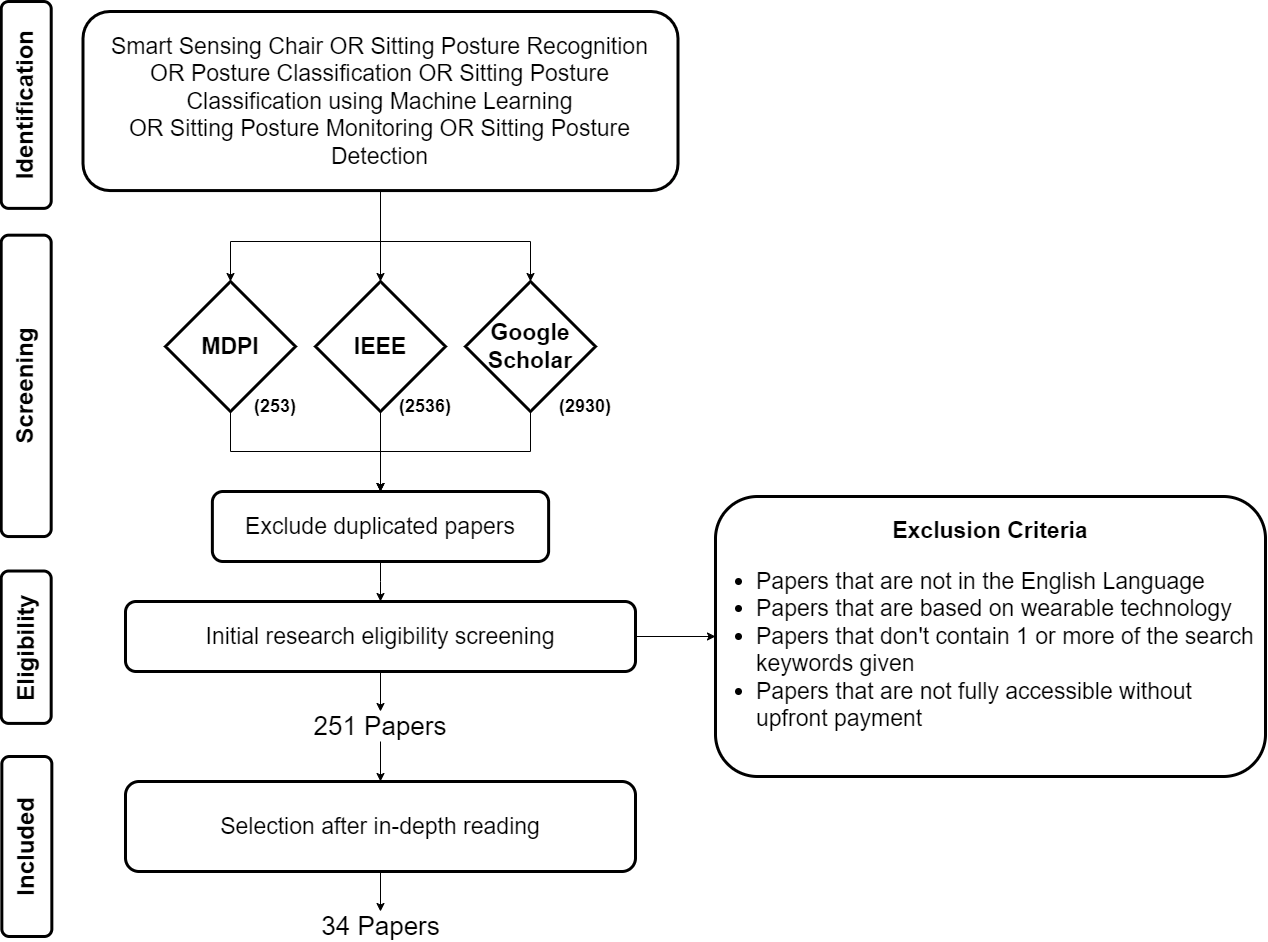
Above: Literature Screening.drawio.png in Olatokumbo/Research (draw.io), before the change. Source tidied: cells renumbered, new cells last; positions are measured from the earlier drawing's top-left corner, leaving out a move shared by most shapes.
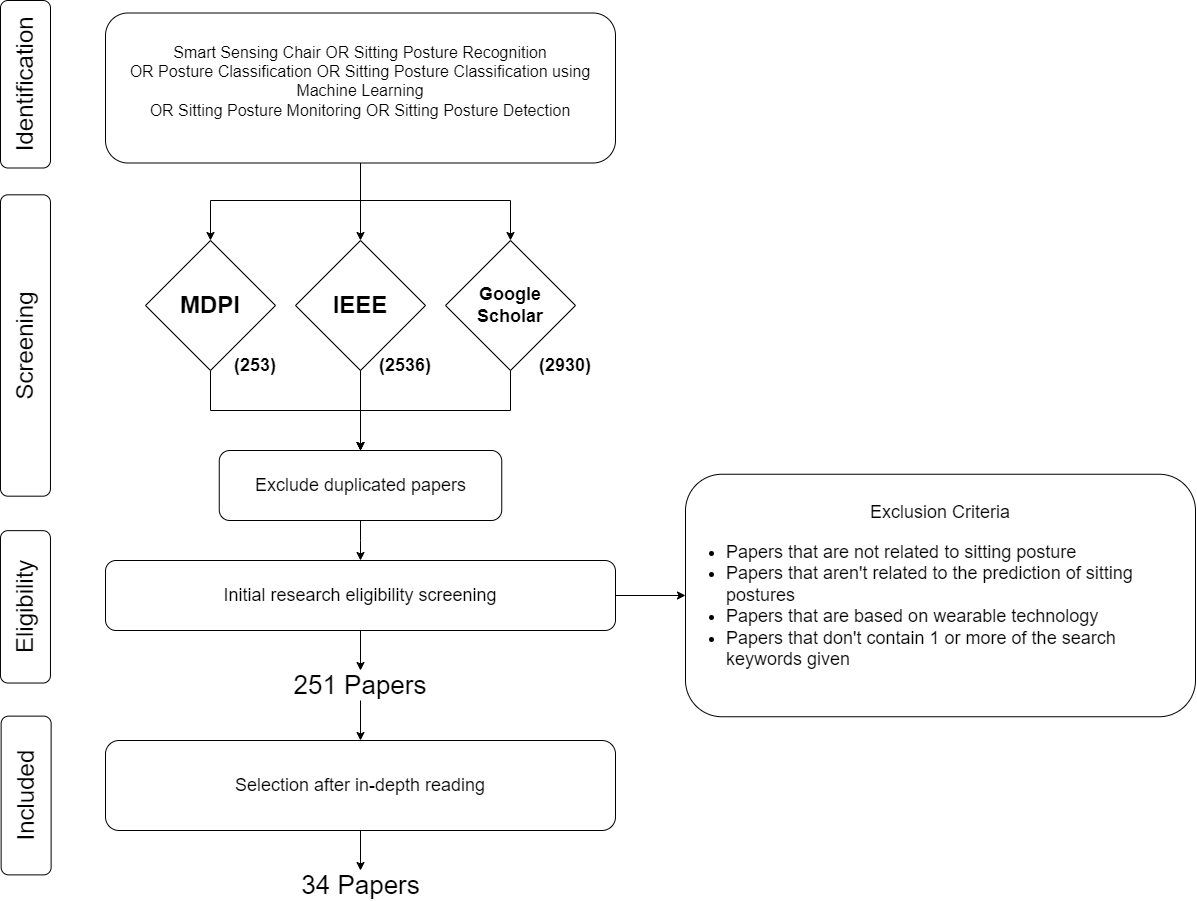
The same diagram one commit later.

Diff of the diagram source:
```diff
@@ -2,14 +2,14 @@
   <root>
     <mxCell id="0" />
     <mxCell id="1" parent="0" />
-    <mxCell id="2" value="&lt;font style=&quot;font-size: 24px;&quot;&gt;Identification&lt;/font&gt;" style="rounded=1;whiteSpace=wrap;html=1;rotation=-90;fontStyle=1;strokeWidth=3;" parent="1" vertex="1">
-      <mxGeometry x="47.3" y="68.4" width="206.9" height="50" as="geometry" />
+    <mxCell id="2" value="&lt;font style=&quot;font-size: 24px;&quot;&gt;Identification&lt;/font&gt;" style="rounded=1;whiteSpace=wrap;html=1;rotation=-90;" parent="1" vertex="1">
+      <mxGeometry x="86.2" y="88.8" width="167.5" height="50" as="geometry" />
     </mxCell>
-    <mxCell id="3" value="&lt;font style=&quot;font-size: 24px;&quot;&gt;Screening&lt;br&gt;&lt;/font&gt;" style="rounded=1;whiteSpace=wrap;html=1;rotation=-90;fontStyle=1;strokeWidth=3;" parent="1" vertex="1">
-      <mxGeometry y="349.4" width="301.4" height="50" as="geometry" />
+    <mxCell id="3" value="&lt;font style=&quot;font-size: 24px;&quot;&gt;Screening&lt;br&gt;&lt;/font&gt;" style="rounded=1;whiteSpace=wrap;html=1;rotation=-90;" parent="1" vertex="1">
+      <mxGeometry x="19.3" y="350" width="301.4" height="50" as="geometry" />
     </mxCell>
-    <mxCell id="4" value="&lt;font style=&quot;font-size: 24px;&quot;&gt;Included&lt;br&gt;&lt;/font&gt;" style="rounded=1;whiteSpace=wrap;html=1;rotation=-90;fontStyle=1;strokeWidth=3;" parent="1" vertex="1">
-      <mxGeometry x="61.3" y="810" width="180" height="50" as="geometry" />
+    <mxCell id="4" value="&lt;font style=&quot;font-size: 24px;&quot;&gt;Included&lt;br&gt;&lt;/font&gt;" style="rounded=1;whiteSpace=wrap;html=1;rotation=-90;" parent="1" vertex="1">
+      <mxGeometry x="91.2" y="800" width="158.8" height="50" as="geometry" />
     </mxCell>
     <mxCell id="5" style="edgeStyle=orthogonalEdgeStyle;rounded=0;jettySize=auto;html=1;entryX=0.5;entryY=0;entryDx=0;entryDy=0;" parent="1" edge="1" source="8" target="10">
       <mxGeometry relative="1" as="geometry">
@@ -30,8 +30,8 @@
         </Array>
       </mxGeometry>
     </mxCell>
-    <mxCell id="8" value="&lt;div style=&quot;font-size: 23px;&quot;&gt;&lt;font style=&quot;font-size: 23px;&quot;&gt;Smart Sensing Chair&lt;span style=&quot;white-space: pre;&quot;&gt;&amp;nbsp;OR &lt;/span&gt;Sitting Posture Recognition&lt;/font&gt;&lt;/div&gt;&lt;div style=&quot;font-size: 23px;&quot;&gt;&lt;font style=&quot;font-size: 23px;&quot;&gt;OR Posture Classification OR&amp;nbsp;&lt;span style=&quot;&quot;&gt;Sitting Posture Classification using Machine Learning&lt;/span&gt;&lt;/font&gt;&lt;/div&gt;&lt;div style=&quot;font-size: 23px;&quot;&gt;&lt;font style=&quot;font-size: 23px;&quot;&gt;OR Sitting Posture Monitoring OR Sitting Posture Detection&lt;/font&gt;&lt;/div&gt;" style="rounded=1;whiteSpace=wrap;html=1;strokeWidth=3;labelBackgroundColor=none;" parent="1" vertex="1">
-      <mxGeometry x="207.5" width="595" height="179.1" as="geometry" />
+    <mxCell id="8" value="&lt;div&gt;&lt;font style=&quot;font-size: 16px;&quot;&gt;Smart Sensing Chair&lt;span style=&quot;background-color: initial;&quot;&gt;&lt;span style=&quot;white-space: pre;&quot;&gt;&amp;nbsp;OR &lt;/span&gt;&lt;/span&gt;&lt;span style=&quot;background-color: initial;&quot;&gt;Sitting Posture Recognition&lt;/span&gt;&lt;/font&gt;&lt;/div&gt;&lt;div&gt;&lt;font size=&quot;3&quot;&gt;OR Posture Classification OR&amp;nbsp;&lt;span style=&quot;background-color: initial;&quot;&gt;Sitting Posture Classification using Machine Learning&lt;/span&gt;&lt;/font&gt;&lt;/div&gt;&lt;div&gt;&lt;font size=&quot;3&quot;&gt;OR Sitting Posture Monitoring OR &lt;span style=&quot;background-color: initial;&quot;&gt;Sitting Posture Detection&lt;/span&gt;&lt;/font&gt;&lt;/div&gt;&lt;div&gt;&lt;br&gt;&lt;/div&gt;" style="rounded=1;whiteSpace=wrap;html=1;" parent="1" vertex="1">
+      <mxGeometry x="250" y="42.5" width="510" height="150" as="geometry" />
     </mxCell>
     <mxCell id="9" style="edgeStyle=orthogonalEdgeStyle;rounded=0;jettySize=auto;html=1;entryX=0.5;entryY=0;entryDx=0;entryDy=0;" parent="1" edge="1" source="10" target="16">
       <mxGeometry relative="1" as="geometry">
@@ -41,13 +41,13 @@
         </Array>
       </mxGeometry>
     </mxCell>
-    <mxCell id="10" value="&lt;span style=&quot;font-size: 23px;&quot;&gt;&lt;font style=&quot;font-size: 23px;&quot;&gt;MDPI&lt;/font&gt;&lt;/span&gt;" style="rhombus;whiteSpace=wrap;html=1;fontSize=23;fontStyle=1;strokeWidth=3;" parent="1" vertex="1">
+    <mxCell id="10" value="&lt;b&gt;&lt;font style=&quot;font-size: 24px;&quot;&gt;MDPI&lt;/font&gt;&lt;/b&gt;" style="rhombus;whiteSpace=wrap;html=1;" parent="1" vertex="1">
       <mxGeometry x="290" y="270" width="130" height="130" as="geometry" />
     </mxCell>
     <mxCell id="11" style="edgeStyle=orthogonalEdgeStyle;rounded=0;jettySize=auto;html=1;exitX=0.5;exitY=1;exitDx=0;exitDy=0;entryX=0.5;entryY=0;entryDx=0;entryDy=0;" parent="1" edge="1" source="12" target="16">
       <mxGeometry relative="1" as="geometry" />
     </mxCell>
-    <mxCell id="12" value="&lt;span style=&quot;font-size: 23px;&quot;&gt;&lt;font style=&quot;font-size: 23px;&quot;&gt;IEEE&lt;/font&gt;&lt;/span&gt;" style="rhombus;whiteSpace=wrap;html=1;fontSize=23;fontStyle=1;strokeWidth=3;" parent="1" vertex="1">
+    <mxCell id="12" value="&lt;b&gt;&lt;font style=&quot;font-size: 24px;&quot;&gt;IEEE&lt;/font&gt;&lt;/b&gt;" style="rhombus;whiteSpace=wrap;html=1;" parent="1" vertex="1">
       <mxGeometry x="440" y="270" width="130" height="130" as="geometry" />
     </mxCell>
     <mxCell id="13" style="edgeStyle=orthogonalEdgeStyle;rounded=0;jettySize=auto;html=1;exitX=0.5;exitY=1;exitDx=0;exitDy=0;entryX=0.5;entryY=0;entryDx=0;entryDy=0;" parent="1" edge="1" source="14" target="16">
@@ -58,19 +58,19 @@
         </Array>
       </mxGeometry>
     </mxCell>
-    <mxCell id="14" value="&lt;font style=&quot;font-size: 23px;&quot;&gt;&lt;span style=&quot;font-size: 23px;&quot;&gt;Google Scholar&lt;/span&gt;&lt;/font&gt;" style="rhombus;whiteSpace=wrap;html=1;fontSize=23;fontStyle=1;strokeWidth=3;" parent="1" vertex="1">
+    <mxCell id="14" value="&lt;b&gt;&lt;font style=&quot;font-size: 18px;&quot;&gt;Google Scholar&lt;/font&gt;&lt;/b&gt;" style="rhombus;whiteSpace=wrap;html=1;" parent="1" vertex="1">
       <mxGeometry x="590" y="270" width="130" height="130" as="geometry" />
     </mxCell>
     <mxCell id="15" style="edgeStyle=orthogonalEdgeStyle;rounded=0;jettySize=auto;html=1;entryX=0.5;entryY=0;entryDx=0;entryDy=0;" parent="1" edge="1" source="16" target="21">
       <mxGeometry relative="1" as="geometry" />
     </mxCell>
-    <mxCell id="16" value="&lt;font style=&quot;font-size: 23px;&quot;&gt;Exclude duplicated papers&lt;/font&gt;" style="rounded=1;whiteSpace=wrap;html=1;fontSize=22;strokeWidth=3;" parent="1" vertex="1">
-      <mxGeometry x="336.9" y="480" width="336.2" height="70" as="geometry" />
+    <mxCell id="16" value="&lt;font style=&quot;font-size: 18px;&quot;&gt;Exclude duplicated papers&lt;/font&gt;" style="rounded=1;whiteSpace=wrap;html=1;" parent="1" vertex="1">
+      <mxGeometry x="363.8" y="480" width="282.5" height="70" as="geometry" />
     </mxCell>
     <mxCell id="17" style="edgeStyle=orthogonalEdgeStyle;rounded=0;jettySize=auto;html=1;entryX=0.5;entryY=0;entryDx=0;entryDy=0;" parent="1" edge="1" source="18" target="23">
       <mxGeometry relative="1" as="geometry" />
     </mxCell>
-    <mxCell id="18" value="&lt;font style=&quot;font-size: 23px;&quot;&gt;Selection after in-depth reading&lt;/font&gt;" style="rounded=1;whiteSpace=wrap;html=1;fontSize=22;strokeWidth=3;" parent="1" vertex="1">
+    <mxCell id="18" value="&lt;font style=&quot;font-size: 18px;&quot;&gt;Selection after in-depth reading&lt;/font&gt;" style="rounded=1;whiteSpace=wrap;html=1;" parent="1" vertex="1">
       <mxGeometry x="250" y="770" width="510" height="90" as="geometry" />
     </mxCell>
     <mxCell id="19" style="edgeStyle=orthogonalEdgeStyle;rounded=0;jettySize=auto;html=1;exitX=1;exitY=0.5;exitDx=0;exitDy=0;entryX=0;entryY=0.5;entryDx=0;entryDy=0;" parent="1" edge="1" source="21" target="22">
@@ -79,11 +79,11 @@
     <mxCell id="20" style="edgeStyle=orthogonalEdgeStyle;rounded=0;jettySize=auto;html=1;exitX=0.5;exitY=1;exitDx=0;exitDy=0;entryX=0.5;entryY=0;entryDx=0;entryDy=0;" parent="1" edge="1" source="21" target="28">
       <mxGeometry relative="1" as="geometry" />
     </mxCell>
-    <mxCell id="21" value="&lt;font style=&quot;font-size: 23px;&quot;&gt;Initial research eligibility screening&lt;/font&gt;" style="rounded=1;whiteSpace=wrap;html=1;fontSize=22;strokeWidth=3;" parent="1" vertex="1">
+    <mxCell id="21" value="&lt;font style=&quot;font-size: 18px;&quot;&gt;Initial research eligibility screening&lt;/font&gt;" style="rounded=1;whiteSpace=wrap;html=1;" parent="1" vertex="1">
       <mxGeometry x="250" y="590" width="510" height="70" as="geometry" />
     </mxCell>
-    <mxCell id="22" value="&lt;font style=&quot;font-size: 23px;&quot;&gt;&lt;b&gt;Exclusion Criteria&lt;/b&gt;&lt;br&gt;&lt;ul&gt;&lt;li style=&quot;text-align: left;&quot;&gt;&lt;font style=&quot;font-size: 23px;&quot;&gt;&lt;span style=&quot;background-color: initial;&quot;&gt;Papers that are not in the English Language&lt;br&gt;&lt;/span&gt;&lt;/font&gt;&lt;/li&gt;&lt;li style=&quot;text-align: left;&quot;&gt;&lt;font style=&quot;font-size: 23px;&quot;&gt;&lt;span style=&quot;background-color: initial;&quot;&gt;Papers that are based on wearable technology&lt;/span&gt;&lt;/font&gt;&lt;/li&gt;&lt;li style=&quot;text-align: left;&quot;&gt;&lt;font style=&quot;font-size: 23px;&quot;&gt;&lt;span style=&quot;background-color: initial;&quot;&gt;Papers that don't contain 1 or more of the search keywords given&lt;/span&gt;&lt;/font&gt;&amp;nbsp;&lt;/li&gt;&lt;li style=&quot;text-align: left;&quot;&gt;&lt;font style=&quot;font-size: 23px;&quot;&gt;&lt;span style=&quot;background-color: initial;&quot;&gt;Papers that are not fully accessible without upfront payment&lt;/span&gt;&lt;/font&gt;&lt;/li&gt;&lt;/ul&gt;&lt;/font&gt;" style="rounded=1;whiteSpace=wrap;html=1;align=center;strokeWidth=3;" parent="1" vertex="1">
-      <mxGeometry x="840" y="485" width="550" height="280" as="geometry" />
+    <mxCell id="22" value="&lt;font style=&quot;font-size: 18px;&quot;&gt;Exclusion Criteria&lt;br&gt;&lt;ul&gt;&lt;li style=&quot;text-align: left;&quot;&gt;&lt;font style=&quot;font-size: 18px;&quot;&gt;&lt;span style=&quot;background-color: initial;&quot;&gt;Papers that are not related to sitting posture&lt;br&gt;&lt;/span&gt;&lt;/font&gt;&lt;/li&gt;&lt;li style=&quot;text-align: left;&quot;&gt;&lt;span style=&quot;background-color: initial;&quot;&gt;Papers that aren't related to the prediction of sitting postures&lt;/span&gt;&lt;/li&gt;&lt;li style=&quot;text-align: left;&quot;&gt;&lt;font style=&quot;font-size: 18px;&quot;&gt;&lt;span style=&quot;background-color: initial;&quot;&gt;Papers that are based on wearable technology&lt;/span&gt;&lt;/font&gt;&lt;/li&gt;&lt;li style=&quot;text-align: left;&quot;&gt;&lt;font style=&quot;font-size: 18px;&quot;&gt;&lt;span style=&quot;background-color: initial;&quot;&gt;Papers that don't contain 1 or more of the search keywords given&lt;/span&gt;&lt;/font&gt;&amp;nbsp;&lt;/li&gt;&lt;/ul&gt;&lt;/font&gt;" style="rounded=1;whiteSpace=wrap;html=1;align=center;" parent="1" vertex="1">
+      <mxGeometry x="830" y="503.8" width="510" height="242.5" as="geometry" />
     </mxCell>
     <mxCell id="23" value="&lt;font style=&quot;font-size: 26px;&quot;&gt;34 Papers&lt;/font&gt;" style="text;html=1;strokeColor=none;fillColor=none;align=center;verticalAlign=middle;whiteSpace=wrap;rounded=0;" parent="1" vertex="1">
       <mxGeometry x="407.5" y="900" width="195" height="30" as="geometry" />
@@ -103,8 +103,8 @@
     <mxCell id="28" value="&lt;font style=&quot;font-size: 26px;&quot;&gt;251 Papers&lt;/font&gt;" style="text;html=1;strokeColor=none;fillColor=none;align=center;verticalAlign=middle;whiteSpace=wrap;rounded=0;" parent="1" vertex="1">
       <mxGeometry x="430" y="700" width="150" height="30" as="geometry" />
     </mxCell>
-    <mxCell id="29" value="&lt;font style=&quot;font-size: 24px;&quot;&gt;Eligibility&lt;br&gt;&lt;/font&gt;" style="rounded=1;whiteSpace=wrap;html=1;rotation=-90;fontStyle=1;strokeWidth=3;" parent="1" vertex="1">
-      <mxGeometry x="74.5" y="610.7" width="152.4" height="50" as="geometry" />
+    <mxCell id="29" value="&lt;font style=&quot;font-size: 24px;&quot;&gt;Eligibility&lt;br&gt;&lt;/font&gt;" style="rounded=1;whiteSpace=wrap;html=1;rotation=-90;" parent="1" vertex="1">
+      <mxGeometry x="93.8" y="611.4" width="152.4" height="50" as="geometry" />
     </mxCell>
   </root>
 </mxGraphModel>
```
